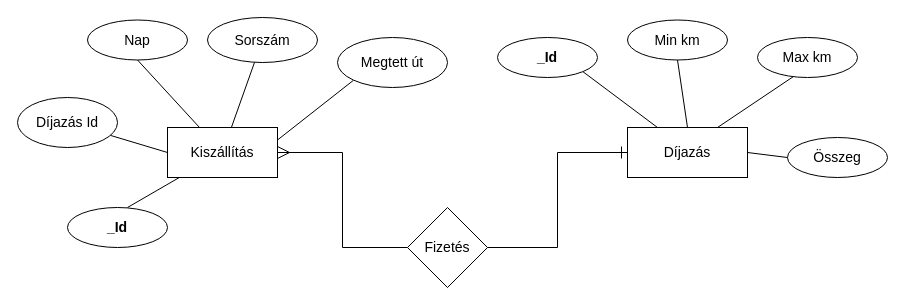
The draw.io diagram Futár ER-modell.drawio in 14A-A-Lyedlik-Devs/futar-docs, before the edit. Source tidied: cells renumbered, new cells numbered last; positions are measured from the earlier drawing's top-left corner, leaving out a move shared by most shapes. Both pictures are drawn from the tidied source at 100%, with x=0, y=0 at pixel (17, 17).
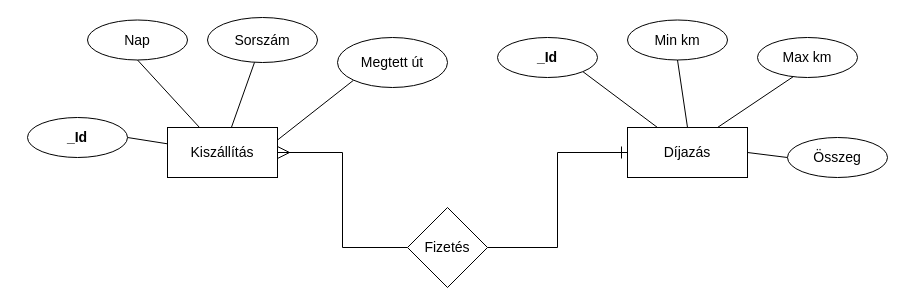
The same diagram, later.

The change refers to these unchanged cells:
```xml
<mxCell id="8" value="&lt;font style=&quot;font-size: 14px;&quot;&gt;Kiszállítás&lt;/font&gt;" style="rounded=0;whiteSpace=wrap;html=1;" parent="1" vertex="1">
  <mxGeometry x="150" y="110" width="110" height="50" as="geometry" />
</mxCell>
```

The edit, as a diff of the source:
```diff
@@
-    <mxCell id="4" style="edgeStyle=none;rounded=0;jettySize=auto;html=1;strokeColor=default;fontSize=14;endArrow=none;endFill=0;" parent="1" edge="1" source="8">
-      <mxGeometry relative="1" as="geometry">
-        <mxPoint x="110" y="190" as="targetPoint" />
-      </mxGeometry>
+    <mxCell id="4" style="edgeStyle=none;rounded=0;jettySize=auto;html=1;strokeColor=default;fontSize=14;endArrow=none;endFill=0;entryX=1;entryY=0.5;entryDx=0;entryDy=0;" parent="1" edge="1" source="8" target="22">
+      <mxGeometry relative="1" as="geometry" />
     </mxCell>
@@
-    <mxCell id="7" style="edgeStyle=none;rounded=0;jettySize=auto;html=1;exitX=0;exitY=0.5;exitDx=0;exitDy=0;strokeColor=default;fontSize=14;endArrow=none;endFill=0;" parent="1" edge="1" source="8" target="23">
-      <mxGeometry relative="1" as="geometry" />
-    </mxCell>
@@
     <mxCell id="22" value="&lt;b&gt;&lt;font style=&quot;font-size: 14px;&quot;&gt;_Id&lt;/font&gt;&lt;/b&gt;" style="ellipse;whiteSpace=wrap;html=1;align=center;" parent="1" vertex="1">
-      <mxGeometry x="50" y="190" width="100" height="40" as="geometry" />
+      <mxGeometry x="10" y="100" width="100" height="40" as="geometry" />
     </mxCell>
-    <mxCell id="23" value="&lt;font style=&quot;font-size: 14px;&quot;&gt;Díjazás Id&lt;/font&gt;" style="ellipse;whiteSpace=wrap;html=1;align=center;" parent="1" vertex="1">
-      <mxGeometry y="80" width="100" height="50" as="geometry" />
-    </mxCell>
```
